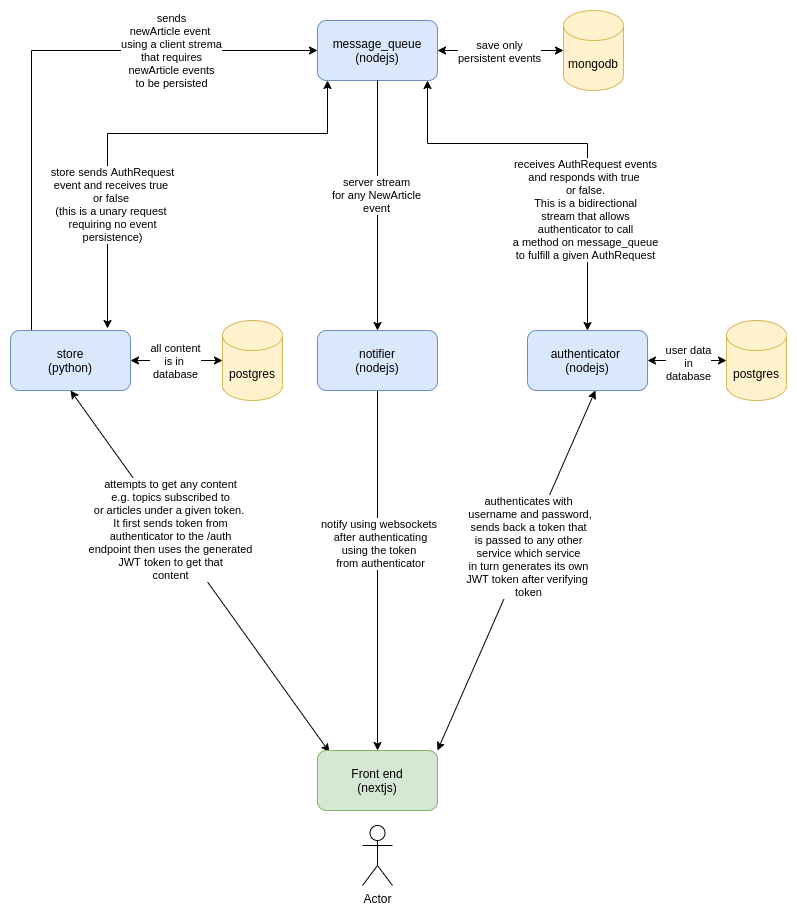
The draw.io diagram .designs/article_curator.png in Tinitto/article_curator, before a commit. Source tidied: cells renumbered, new cells last; positions are measured from the earlier drawing's top-left corner, leaving out a move shared by most shapes.
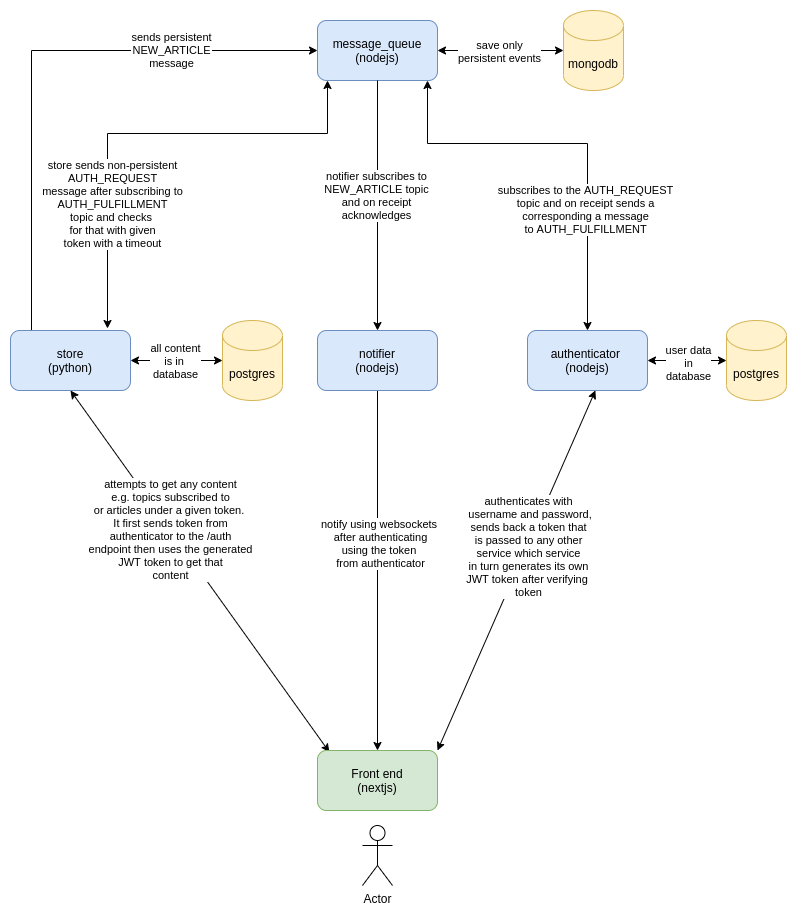
Later version of the same file.

Commit message:
Add change to how message queue works

The edit, as a diff of the source:
```diff
@@ -2,7 +2,7 @@
   <root>
     <mxCell id="0" />
     <mxCell id="1" parent="0" />
-    <mxCell id="2" value="sends&lt;br&gt;newArticle event&amp;nbsp;&lt;br&gt;using a client strema&lt;br&gt;that requires&lt;br&gt;newArticle events&lt;br&gt;to be persisted" style="edgeStyle=orthogonalEdgeStyle;rounded=0;jettySize=auto;html=1;entryX=0;entryY=0.5;entryDx=0;entryDy=0;startArrow=none;startFill=0;" parent="1" edge="1" source="17" target="11">
+    <mxCell id="2" value="sends persistent&lt;br&gt;NEW_ARTICLE&lt;br&gt;message" style="edgeStyle=orthogonalEdgeStyle;rounded=0;jettySize=auto;html=1;entryX=0;entryY=0.5;entryDx=0;entryDy=0;startArrow=none;startFill=0;" parent="1" edge="1" source="17" target="11">
       <mxGeometry x="0.48" relative="1" as="geometry">
         <Array as="points">
           <mxPoint x="21" y="40" />
@@ -56,7 +56,7 @@
         </Array>
       </mxGeometry>
     </mxCell>
-    <mxCell id="15" value="store sends AuthRequest&lt;br&gt;event and receives true&amp;nbsp;&lt;br&gt;or false &lt;br&gt;(this is a unary request &lt;br&gt;requiring no event&lt;br&gt;persistence)" style="edgeLabel;html=1;align=center;verticalAlign=middle;" parent="14" vertex="1">
+    <mxCell id="15" value="store sends non-persistent&lt;br&gt;AUTH_REQUEST&lt;br&gt;message after subscribing to&lt;br&gt;AUTH_FULFILLMENT&lt;br&gt;topic and checks &lt;br&gt;for that with given&lt;br&gt;token with a timeout" style="edgeLabel;html=1;align=center;verticalAlign=middle;" parent="14" vertex="1">
       <mxGeometry x="-0.12" y="3" relative="1" as="geometry">
         <mxPoint x="-62" y="67" as="offset" />
       </mxGeometry>
@@ -105,7 +105,7 @@
     <mxCell id="29" style="edgeStyle=orthogonalEdgeStyle;rounded=0;jettySize=auto;html=1;startArrow=none;startFill=0;" parent="1" edge="1" source="11" target="33">
       <mxGeometry relative="1" as="geometry" />
     </mxCell>
-    <mxCell id="30" value="server stream&lt;br&gt;for any NewArticle&lt;br&gt;event" style="edgeLabel;html=1;align=center;verticalAlign=middle;" parent="29" vertex="1">
+    <mxCell id="30" value="notifier subscribes to&lt;br&gt;NEW_ARTICLE topic&lt;br&gt;and on receipt&lt;br&gt;acknowledges" style="edgeLabel;html=1;align=center;verticalAlign=middle;" parent="29" vertex="1">
       <mxGeometry x="-0.09" y="-2" relative="1" as="geometry" />
     </mxCell>
     <mxCell id="31" style="edgeStyle=orthogonalEdgeStyle;rounded=0;jettySize=auto;html=1;exitX=0.5;exitY=0;exitDx=0;exitDy=0;startArrow=classic;startFill=1;" parent="1" edge="1" source="22">
@@ -117,7 +117,7 @@
         </Array>
       </mxGeometry>
     </mxCell>
-    <mxCell id="32" value="receives AuthRequest events&lt;br&gt;and responds with true&amp;nbsp;&lt;br&gt;or false.&lt;br&gt;This is a bidirectional&lt;br&gt;stream that allows&lt;br&gt;authenticator to call&lt;br&gt;a method on message_queue&lt;br&gt;to fulfill a given AuthRequest" style="edgeLabel;html=1;align=center;verticalAlign=middle;" parent="31" vertex="1">
+    <mxCell id="32" value="subscribes to the AUTH_REQUEST&lt;br&gt;topic and on receipt sends a&lt;br&gt;corresponding a message&lt;br&gt;to AUTH_FULFILLMENT" style="edgeLabel;html=1;align=center;verticalAlign=middle;" parent="31" vertex="1">
       <mxGeometry x="-0.41" y="3" relative="1" as="geometry" />
     </mxCell>
     <mxCell id="33" value="notifier&lt;br&gt;(nodejs)" style="rounded=1;whiteSpace=wrap;html=1;fillColor=#dae8fc;strokeColor=#6c8ebf;" parent="1" vertex="1">
```
